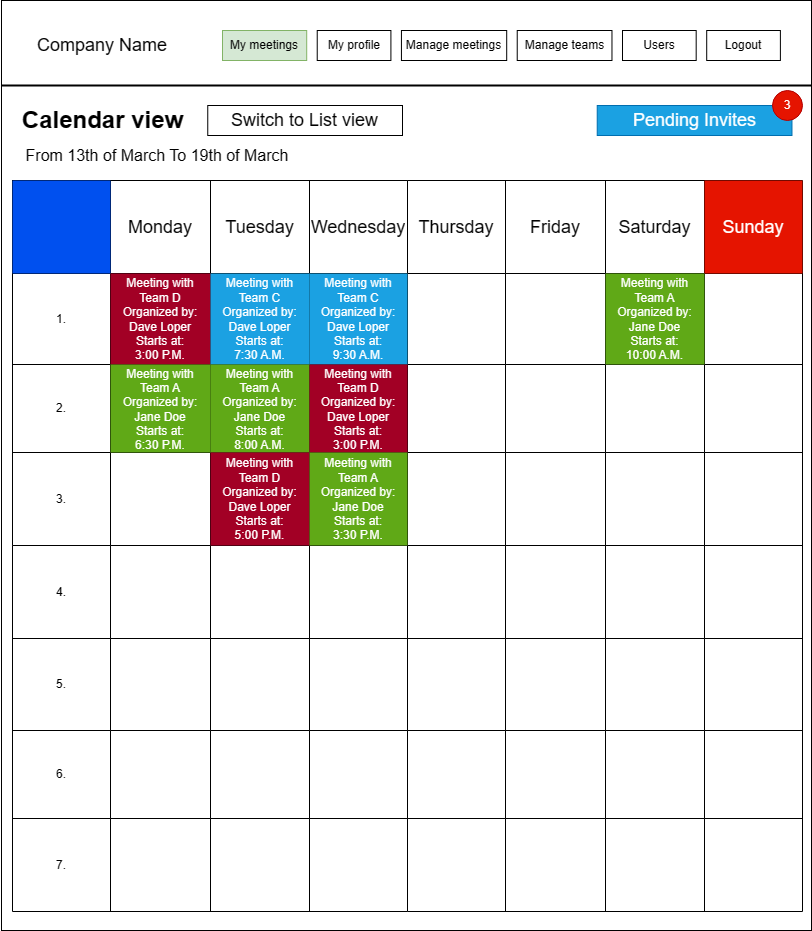
gyorkistamas/afp2-2023-tavasz-stopinventing keeps this draw.io diagram as Dokumentáció/Pictures/Screen plans/my_meetings.drawio.png. Above is the earlier version. Source tidied: cells renumbered, new cells last; positions are measured from the earlier drawing's top-left corner, leaving out a move shared by most shapes.
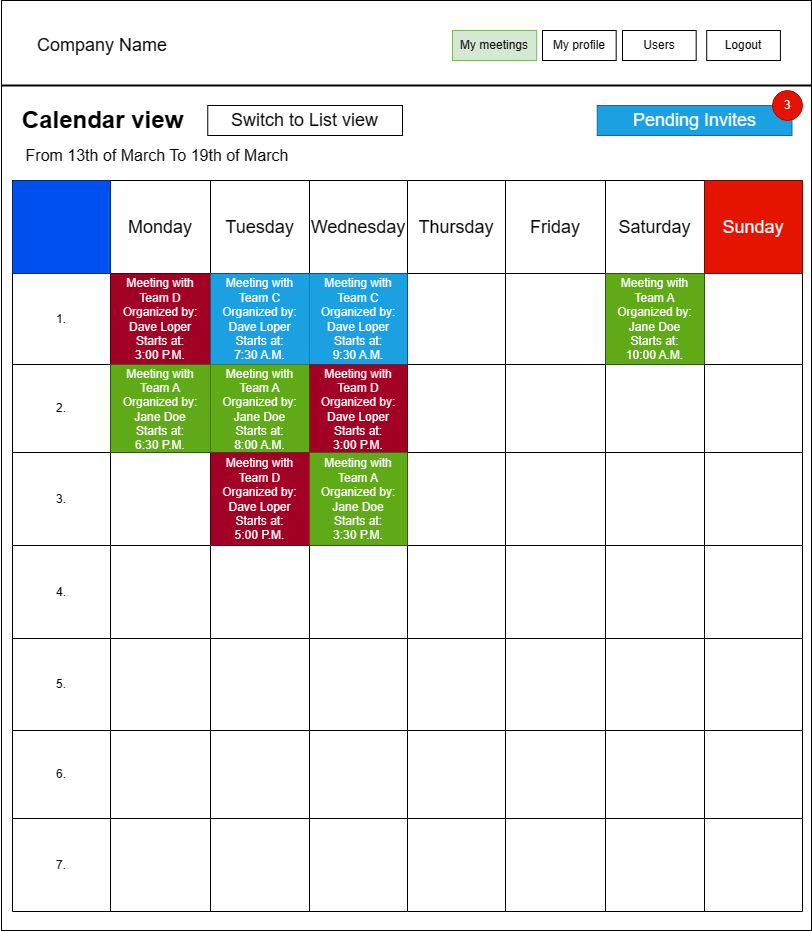
Later version of the same file.

Commit message:
Modified 'My meetings' screen plan

Change to the diagram source:
```diff
@@ -17,17 +17,11 @@
     <mxCell id="6" value="Users" style="rounded=0;whiteSpace=wrap;html=1;" parent="1" vertex="1">
       <mxGeometry x="621" y="30" width="73.7" height="30" as="geometry" />
     </mxCell>
-    <mxCell id="7" value="Manage teams" style="rounded=0;whiteSpace=wrap;html=1;" parent="1" vertex="1">
-      <mxGeometry x="515.7" y="30" width="94.7" height="30" as="geometry" />
-    </mxCell>
-    <mxCell id="8" value="Manage meetings" style="rounded=0;whiteSpace=wrap;html=1;" parent="1" vertex="1">
-      <mxGeometry x="399.9" y="30" width="105.3" height="30" as="geometry" />
-    </mxCell>
     <mxCell id="9" value="My profile" style="rounded=0;whiteSpace=wrap;html=1;" parent="1" vertex="1">
-      <mxGeometry x="315.7" y="30" width="73.7" height="30" as="geometry" />
+      <mxGeometry x="541" y="30" width="73.7" height="30" as="geometry" />
     </mxCell>
     <mxCell id="10" value="My meetings" style="rounded=0;whiteSpace=wrap;html=1;fillColor=#d5e8d4;strokeColor=#82b366;" parent="1" vertex="1">
-      <mxGeometry x="221" y="30" width="84.2" height="30" as="geometry" />
+      <mxGeometry x="451" y="30" width="84.2" height="30" as="geometry" />
     </mxCell>
     <mxCell id="11" value="Calendar view" style="text;strokeColor=none;fillColor=none;html=1;fontSize=24;fontStyle=1;verticalAlign=middle;align=center;" parent="1" vertex="1">
       <mxGeometry x="51" y="100" width="100" height="40" as="geometry" />
```
